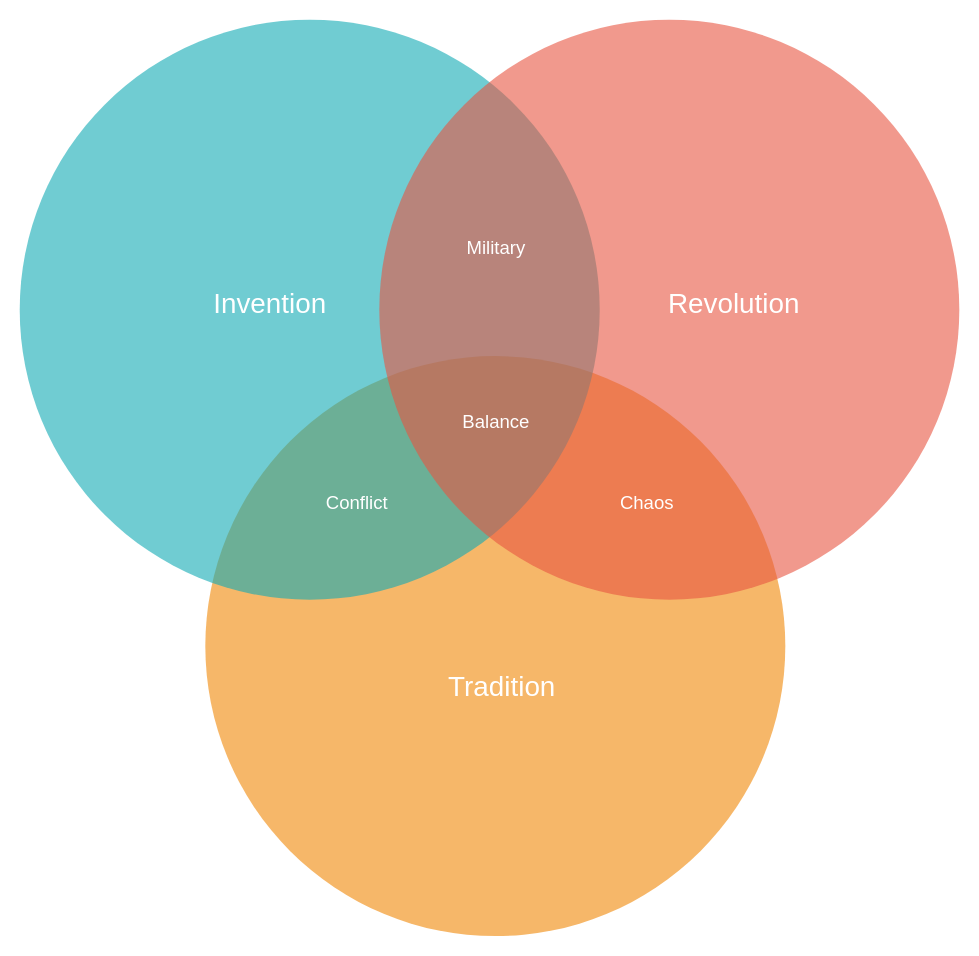
Before: Venn.drawio in williamm6891/Actividad_1, a draw.io diagram. Source tidied: cells renumbered, new cells numbered last; positions are measured from the earlier drawing's top-left corner, leaving out a move shared by most shapes. Both pictures are drawn from the tidied source at 116%, with x=0, y=0 at pixel (20, 19).
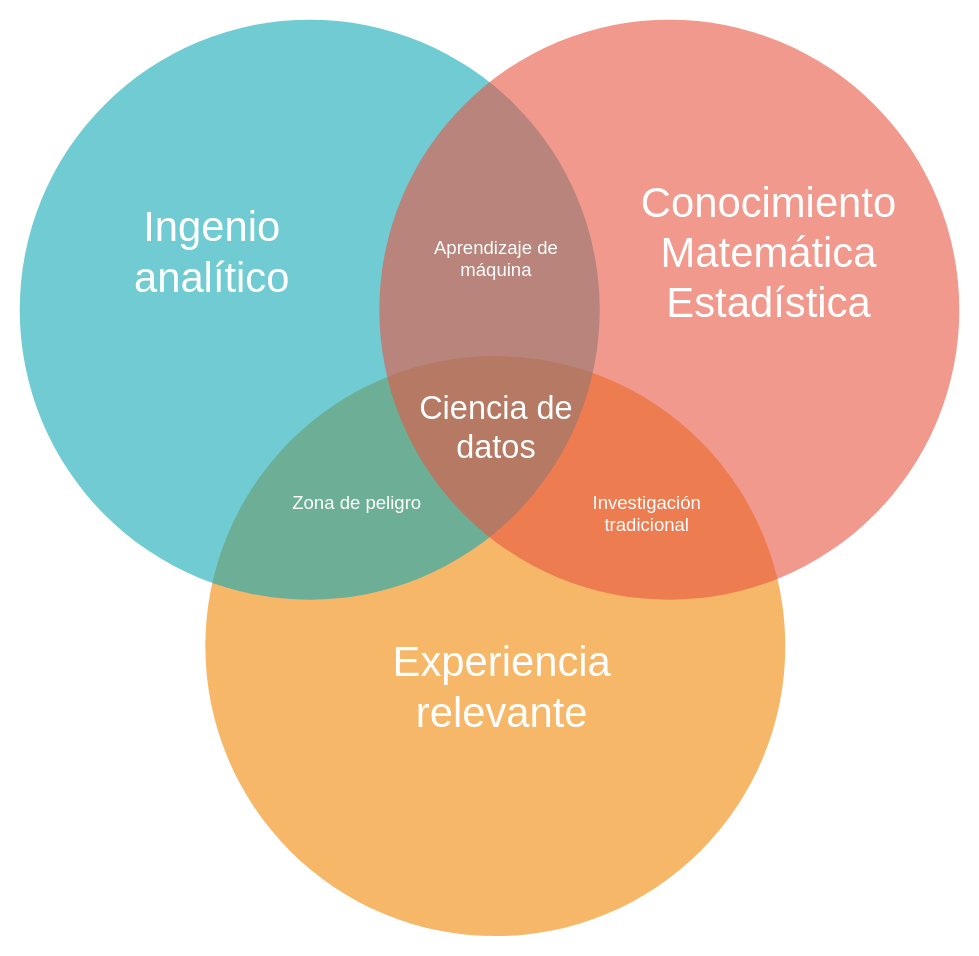
Above is the later version.

Change to the diagram source:
```diff
@@
 <mxGraphModel>
   <root>
     <mxCell id="0" />
     <mxCell id="1" parent="0" />
     <mxCell id="2" style="ellipse;fillColor=#F08705;opacity=60;strokeColor=none;html=1;fontColor=#FFFFFF;" parent="1" vertex="1">
       <mxGeometry x="159.5" y="290.5" width="500" height="500" as="geometry" />
     </mxCell>
     <mxCell id="3" style="ellipse;fillColor=#12AAB5;opacity=60;strokeColor=none;html=1;fontColor=#FFFFFF;" parent="1" vertex="1">
       <mxGeometry x="-0.5" y="0.5" width="500" height="500" as="geometry" />
     </mxCell>
     <mxCell id="4" style="ellipse;fillColor=#e85642;opacity=60;strokeColor=none;html=1;fontColor=#FFFFFF;" parent="1" vertex="1">
       <mxGeometry x="309.5" y="0.5" width="500" height="500" as="geometry" />
     </mxCell>
-    <mxCell id="5" value="Invention" style="text;fontSize=24;align=center;verticalAlign=middle;html=1;fontColor=#FFFFFF;" parent="1" vertex="1">
-      <mxGeometry x="119.5" y="210.5" width="190" height="70" as="geometry" />
+    <mxCell id="5" value="&lt;font style=&quot;font-size: 36px;&quot;&gt;Ingenio &lt;br&gt;analítico&lt;/font&gt;" style="text;fontSize=24;align=center;verticalAlign=middle;html=1;fontColor=#FFFFFF;" parent="1" vertex="1">
+      <mxGeometry x="70" y="165.5" width="190" height="70" as="geometry" />
     </mxCell>
-    <mxCell id="6" value="Revolution" style="text;fontSize=24;align=center;verticalAlign=middle;html=1;fontColor=#FFFFFF;" parent="1" vertex="1">
-      <mxGeometry x="519.5" y="210.5" width="190" height="70" as="geometry" />
+    <mxCell id="6" value="&lt;font style=&quot;font-size: 36px;&quot;&gt;Conocimiento&lt;br&gt;Matemática &lt;br&gt;Estadística&lt;/font&gt;" style="text;fontSize=24;align=center;verticalAlign=middle;html=1;fontColor=#FFFFFF;" parent="1" vertex="1">
+      <mxGeometry x="550" y="165.5" width="190" height="70" as="geometry" />
     </mxCell>
-    <mxCell id="7" value="Tradition" style="text;fontSize=24;align=center;verticalAlign=middle;html=1;fontColor=#FFFFFF;" parent="1" vertex="1">
+    <mxCell id="7" value="&lt;font style=&quot;font-size: 36px;&quot;&gt;Experiencia &lt;br&gt;relevante&lt;/font&gt;" style="text;fontSize=24;align=center;verticalAlign=middle;html=1;fontColor=#FFFFFF;" parent="1" vertex="1">
       <mxGeometry x="319.5" y="540.5" width="190" height="70" as="geometry" />
     </mxCell>
-    <mxCell id="8" value="Military" style="text;align=center;html=1;fontColor=#FFFFFF;fontSize=16;" parent="1" vertex="1">
+    <mxCell id="8" value="Aprendizaje de&lt;br&gt;máquina" style="text;align=center;html=1;fontColor=#FFFFFF;fontSize=16;" parent="1" vertex="1">
       <mxGeometry x="389.5" y="180.5" width="40" height="40" as="geometry" />
     </mxCell>
-    <mxCell id="9" value="Conflict" style="text;align=center;html=1;fontColor=#FFFFFF;fontSize=16;" parent="1" vertex="1">
+    <mxCell id="9" value="Zona de peligro" style="text;align=center;html=1;fontColor=#FFFFFF;fontSize=16;" parent="1" vertex="1">
       <mxGeometry x="269.5" y="400.5" width="40" height="40" as="geometry" />
     </mxCell>
-    <mxCell id="10" value="Chaos" style="text;align=center;html=1;fontColor=#FFFFFF;fontSize=16;" parent="1" vertex="1">
+    <mxCell id="10" value="Investigación&lt;br&gt;tradicional" style="text;align=center;html=1;fontColor=#FFFFFF;fontSize=16;" parent="1" vertex="1">
       <mxGeometry x="519.5" y="400.5" width="40" height="40" as="geometry" />
     </mxCell>
-    <mxCell id="11" value="Balance" style="text;align=center;html=1;fontColor=#FFFFFF;fontSize=16;" parent="1" vertex="1">
-      <mxGeometry x="389.5" y="330.5" width="40" height="40" as="geometry" />
+    <mxCell id="11" value="&lt;font style=&quot;font-size: 28px;&quot;&gt;Ciencia de &lt;br&gt;datos&lt;/font&gt;" style="text;align=center;html=1;fontColor=#FFFFFF;fontSize=16;" parent="1" vertex="1">
+      <mxGeometry x="389.5" y="312" width="40" height="40" as="geometry" />
     </mxCell>
   </root>
 </mxGraphModel>
```
